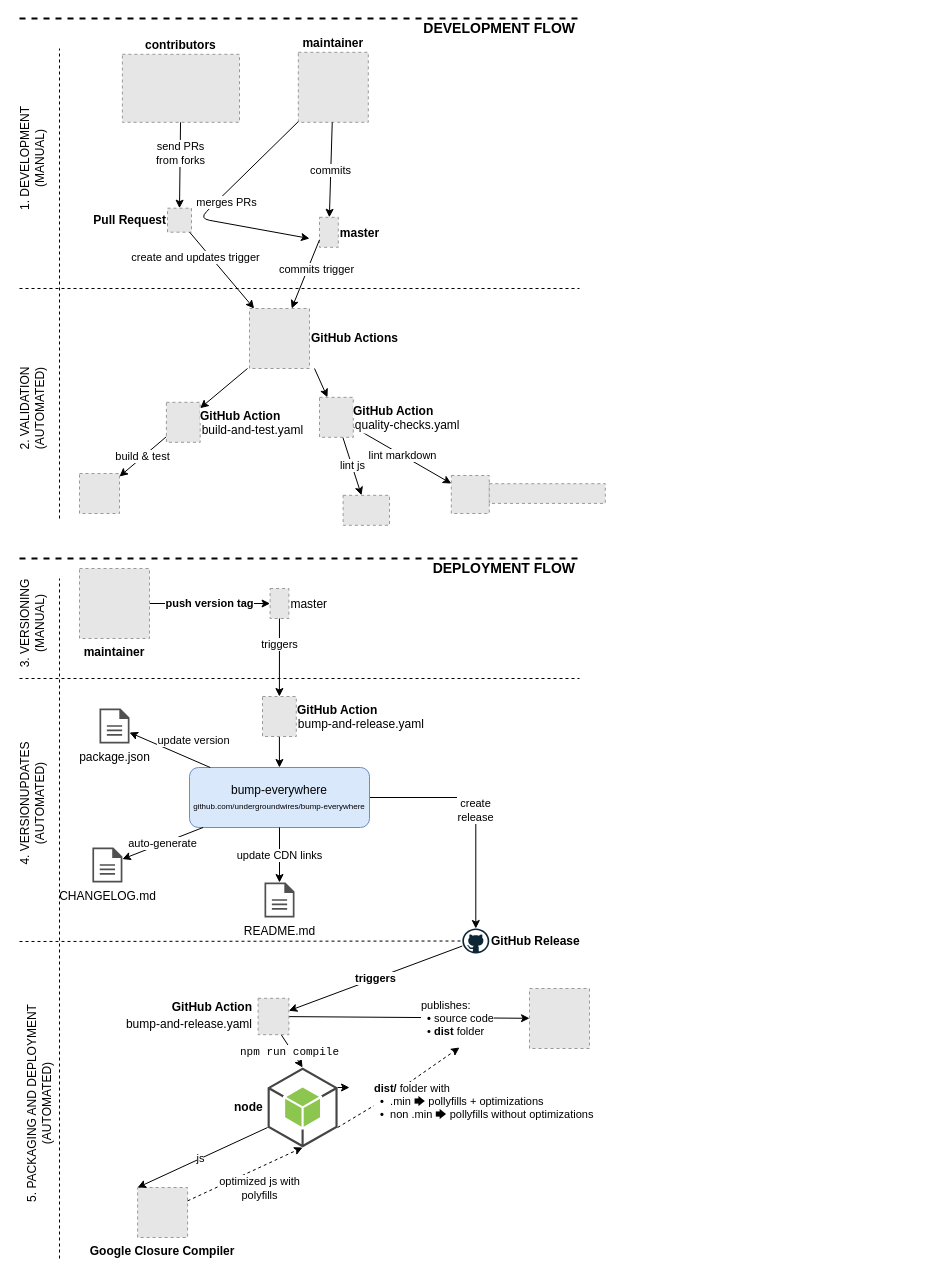
Above: img/gitops.drawio in undergroundwires/safe-email (draw.io), before the change. Source tidied: cells renumbered, new cells numbered last; positions are measured from the earlier drawing's top-left corner, leaving out a move shared by most shapes. Both pictures are drawn from the tidied source at 100%, with x=0, y=0 at pixel (19, 18). Pictures stored in the file or linked from it are replaced by grey dashed boxes.
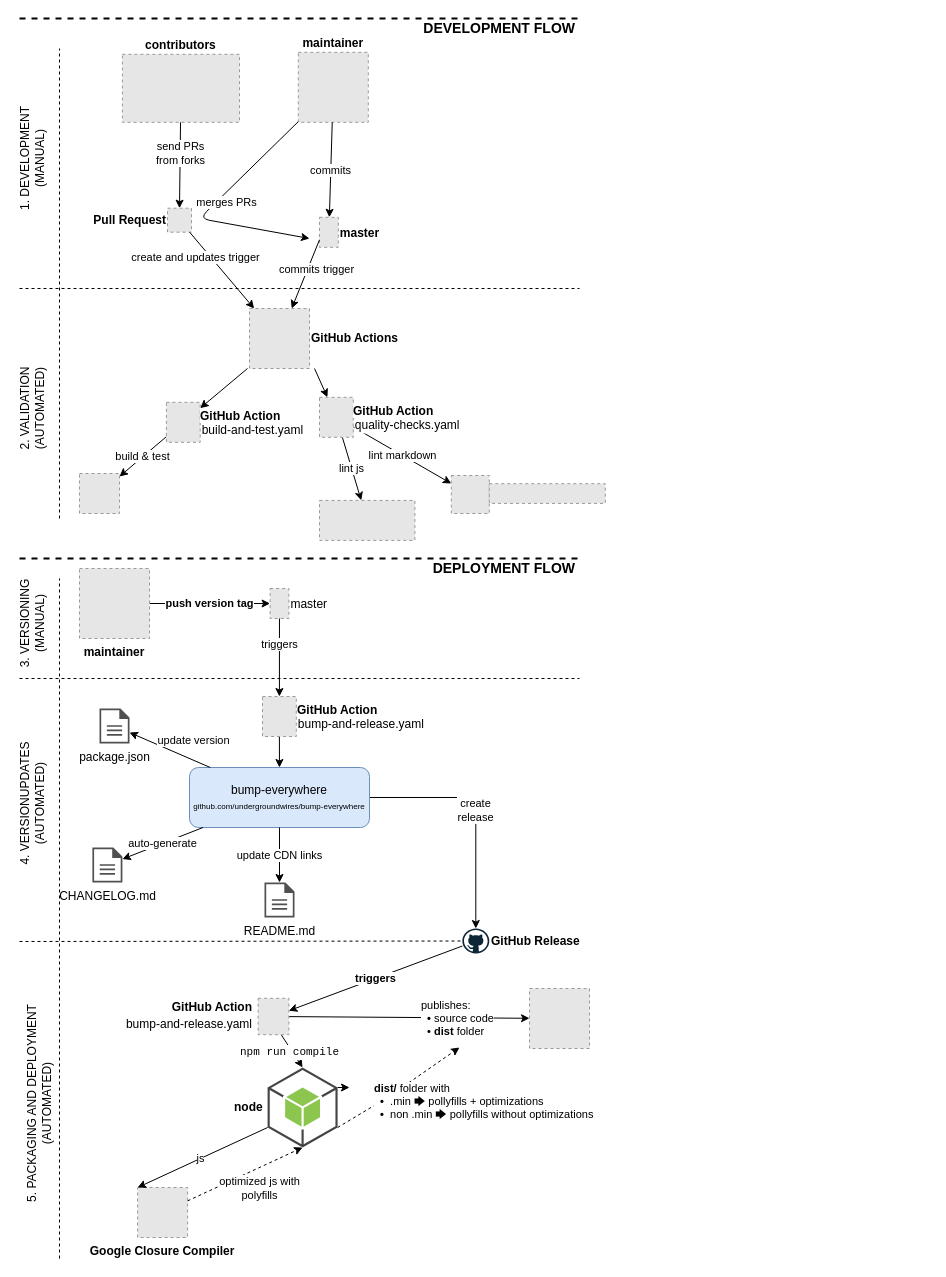
The same page after the edit.

The change refers to these unchanged cells:
```xml
<mxCell id="53" value="&#10;quality-checks.yaml" style="fillColor=#E6E6E6;strokeColor=#999999;dashed=1;verticalLabelPosition=middle;labelBackgroundColor=#ffffff;verticalAlign=middle;labelPosition=right;align=left;fontStyle=0;" parent="52" vertex="1">
  <mxGeometry width="33.8" height="40" as="geometry" />
</mxCell>
```

Diff of the diagram source:
```diff
@@
-    <mxCell id="33" value="lint js" style="endArrow=classic;html=1;strokeWidth=1;" parent="1" edge="1" source="53" target="36">
+    <mxCell id="33" value="lint js" style="endArrow=classic;html=1;strokeWidth=1;" parent="1" edge="1" source="53" target="73">
       <mxGeometry relative="1" as="geometry" />
     </mxCell>
@@
-    <mxCell id="36" style="fillColor=#E6E6E6;strokeColor=#999999;dashed=1;verticalLabelPosition=bottom;labelBackgroundColor=#ffffff;verticalAlign=top;" parent="1" vertex="1">
-      <mxGeometry x="323.6" y="476.8" width="46.4" height="30" as="geometry" />
-    </mxCell>
@@
-    <mxCell id="70" style="edgeStyle=none;rounded=0;orthogonalLoop=1;jettySize=auto;html=1;exitX=0.5;exitY=1;exitDx=0;exitDy=0;fontSize=10;" parent="1" edge="1">
-      <mxGeometry relative="1" as="geometry">
-        <mxPoint x="901.3" y="819" as="sourcePoint" />
-        <mxPoint x="901.3" y="819" as="targetPoint" />
-      </mxGeometry>
-    </mxCell>
@@
+    <mxCell id="73" style="fillColor=#E6E6E6;strokeColor=#999999;dashed=1;verticalLabelPosition=bottom;labelBackgroundColor=#ffffff;verticalAlign=top;" parent="1" vertex="1">
+      <mxGeometry x="300" y="481.9" width="95.4" height="40" as="geometry" />
+    </mxCell>
```
